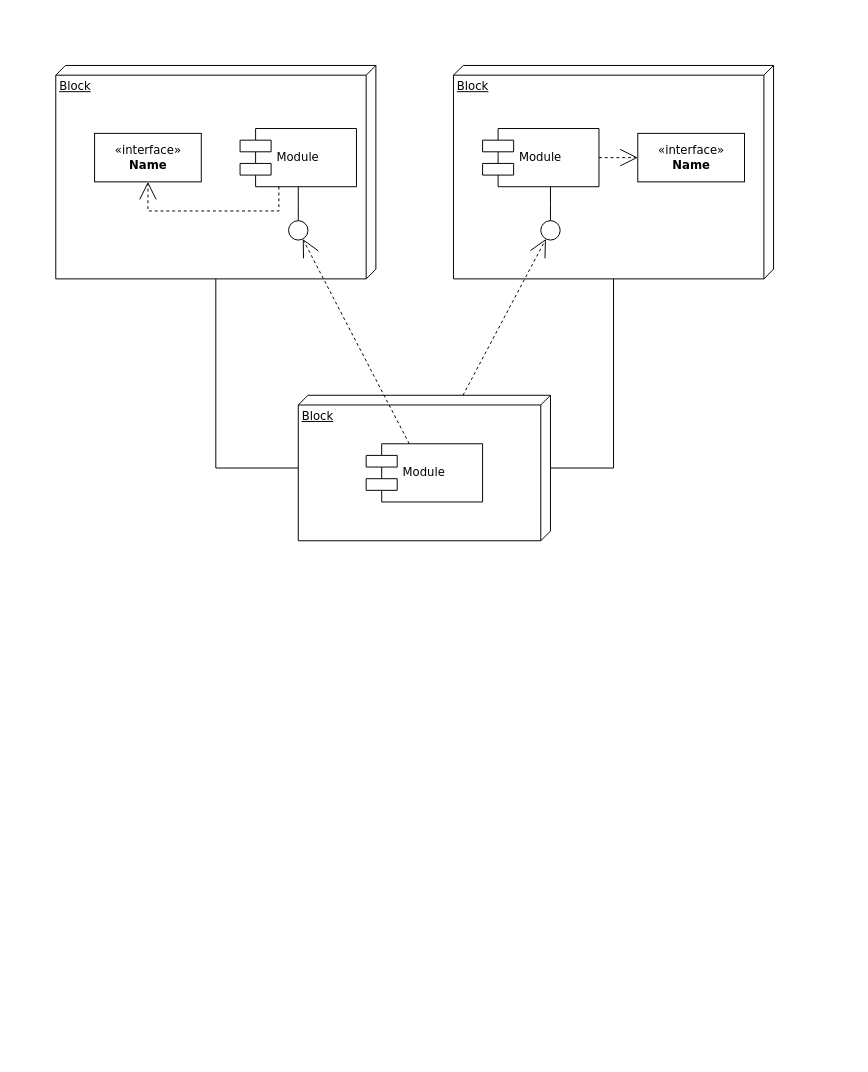
The draw.io diagram component-diagram.drawio in kuripart/drawio-uml, before the edit. Source tidied: cells renumbered, new cells numbered last; positions are measured from the earlier drawing's top-left corner, leaving out a move shared by most shapes. Both pictures are drawn from the tidied source at 97%, with x=0, y=0 at pixel (55, 65).
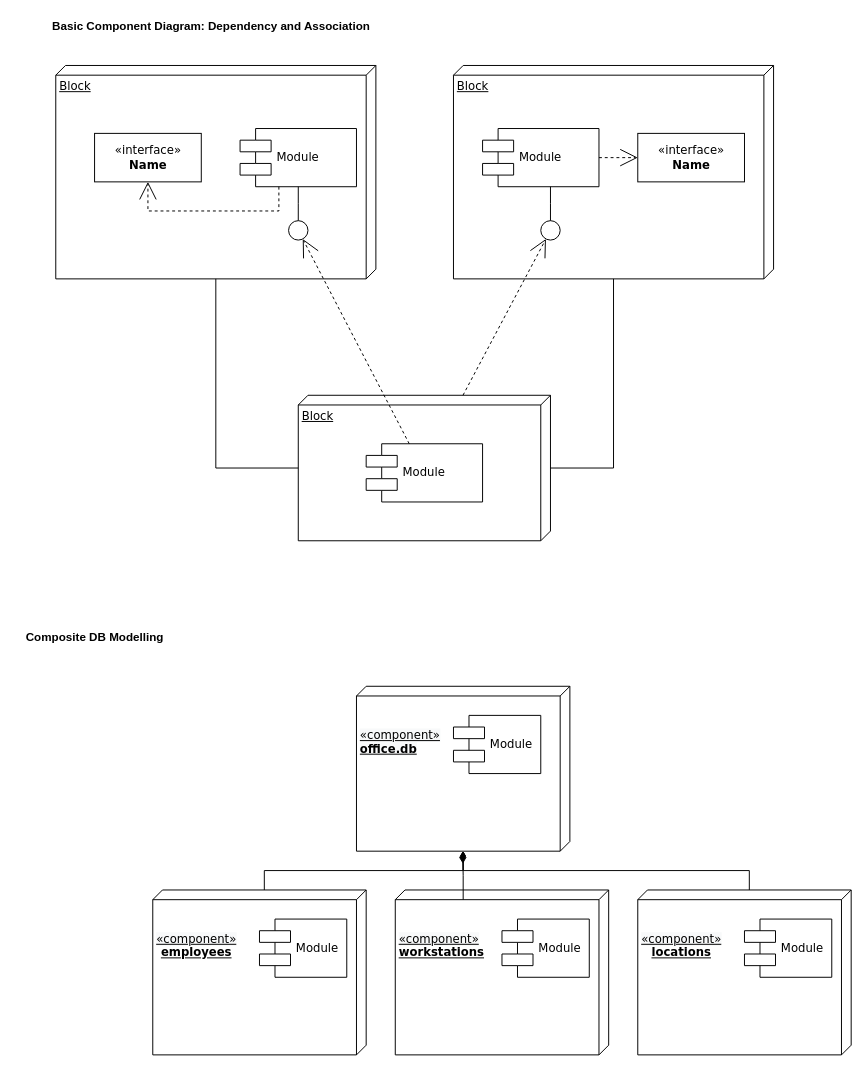
Above is the later version.

Diff of the diagram source:
```diff
@@
+    <mxCell id="20" value="&lt;br&gt;&lt;br&gt;&lt;span style=&quot;color: rgb(0 , 0 , 0) ; font-family: &amp;#34;verdana&amp;#34; ; font-size: 12px ; font-style: normal ; font-weight: 400 ; letter-spacing: normal ; text-align: center ; text-indent: 0px ; text-transform: none ; word-spacing: 0px ; background-color: rgb(248 , 249 , 250) ; display: inline ; float: none&quot;&gt;«component»&lt;/span&gt;&lt;br style=&quot;color: rgb(0 , 0 , 0) ; font-family: &amp;#34;verdana&amp;#34; ; font-size: 12px ; font-style: normal ; font-weight: 400 ; letter-spacing: normal ; text-align: center ; text-indent: 0px ; text-transform: none ; word-spacing: 0px ; background-color: rgb(248 , 249 , 250)&quot;&gt;&lt;b style=&quot;color: rgb(0 , 0 , 0) ; font-family: &amp;#34;verdana&amp;#34; ; font-size: 12px ; font-style: normal ; letter-spacing: normal ; text-align: center ; text-indent: 0px ; text-transform: none ; word-spacing: 0px ; background-color: rgb(248 , 249 , 250)&quot;&gt;office.db&lt;/b&gt;&lt;br&gt;" style="verticalAlign=top;align=left;spacingTop=8;spacingLeft=2;spacingRight=12;shape=cube;size=10;direction=south;fontStyle=4;html=1;rounded=0;shadow=0;comic=0;labelBackgroundColor=none;strokeWidth=1;fontFamily=Verdana;fontSize=12;" parent="1" vertex="1">
+      <mxGeometry x="310" y="640" width="220" height="170" as="geometry" />
+    </mxCell>
+    <mxCell id="21" value="Module" style="shape=component;align=left;spacingLeft=36;rounded=0;shadow=0;comic=0;labelBackgroundColor=none;strokeWidth=1;fontFamily=Verdana;fontSize=12;html=1;" parent="1" vertex="1">
+      <mxGeometry x="410" y="670" width="90" height="60" as="geometry" />
+    </mxCell>
+    <mxCell id="22" value="&lt;br&gt;&lt;br&gt;&lt;span style=&quot;color: rgb(0 , 0 , 0) ; font-family: &amp;#34;verdana&amp;#34; ; font-size: 12px ; font-style: normal ; font-weight: 400 ; letter-spacing: normal ; text-align: center ; text-indent: 0px ; text-transform: none ; word-spacing: 0px ; background-color: rgb(248 , 249 , 250) ; display: inline ; float: none&quot;&gt;«component»&lt;/span&gt;&lt;br style=&quot;color: rgb(0 , 0 , 0) ; font-family: &amp;#34;verdana&amp;#34; ; font-size: 12px ; font-style: normal ; font-weight: 400 ; letter-spacing: normal ; text-align: center ; text-indent: 0px ; text-transform: none ; word-spacing: 0px ; background-color: rgb(248 , 249 , 250)&quot;&gt;&lt;div style=&quot;text-align: center&quot;&gt;&lt;span&gt;&lt;font face=&quot;verdana&quot;&gt;&lt;b&gt;employees&lt;/b&gt;&lt;/font&gt;&lt;/span&gt;&lt;/div&gt;" style="verticalAlign=top;align=left;spacingTop=8;spacingLeft=2;spacingRight=12;shape=cube;size=10;direction=south;fontStyle=4;html=1;rounded=0;shadow=0;comic=0;labelBackgroundColor=none;strokeWidth=1;fontFamily=Verdana;fontSize=12;" parent="1" vertex="1">
+      <mxGeometry x="100" y="850" width="220" height="170" as="geometry" />
+    </mxCell>
+    <mxCell id="23" value="Module" style="shape=component;align=left;spacingLeft=36;rounded=0;shadow=0;comic=0;labelBackgroundColor=none;strokeWidth=1;fontFamily=Verdana;fontSize=12;html=1;" parent="1" vertex="1">
+      <mxGeometry x="210" y="880" width="90" height="60" as="geometry" />
+    </mxCell>
+    <mxCell id="24" value="&lt;br&gt;&lt;br&gt;&lt;span style=&quot;color: rgb(0 , 0 , 0) ; font-family: &amp;#34;verdana&amp;#34; ; font-size: 12px ; font-style: normal ; font-weight: 400 ; letter-spacing: normal ; text-align: center ; text-indent: 0px ; text-transform: none ; word-spacing: 0px ; background-color: rgb(248 , 249 , 250) ; display: inline ; float: none&quot;&gt;«component»&lt;/span&gt;&lt;br style=&quot;color: rgb(0 , 0 , 0) ; font-family: &amp;#34;verdana&amp;#34; ; font-size: 12px ; font-style: normal ; font-weight: 400 ; letter-spacing: normal ; text-align: center ; text-indent: 0px ; text-transform: none ; word-spacing: 0px ; background-color: rgb(248 , 249 , 250)&quot;&gt;&lt;div style=&quot;text-align: center&quot;&gt;&lt;span&gt;&lt;font face=&quot;verdana&quot;&gt;&lt;b&gt;workstations&lt;/b&gt;&lt;/font&gt;&lt;/span&gt;&lt;/div&gt;" style="verticalAlign=top;align=left;spacingTop=8;spacingLeft=2;spacingRight=12;shape=cube;size=10;direction=south;fontStyle=4;html=1;rounded=0;shadow=0;comic=0;labelBackgroundColor=none;strokeWidth=1;fontFamily=Verdana;fontSize=12;" parent="1" vertex="1">
+      <mxGeometry x="350" y="850" width="220" height="170" as="geometry" />
+    </mxCell>
+    <mxCell id="25" value="Module" style="shape=component;align=left;spacingLeft=36;rounded=0;shadow=0;comic=0;labelBackgroundColor=none;strokeWidth=1;fontFamily=Verdana;fontSize=12;html=1;" parent="1" vertex="1">
+      <mxGeometry x="460" y="880" width="90" height="60" as="geometry" />
+    </mxCell>
+    <mxCell id="26" value="&lt;br&gt;&lt;br&gt;&lt;span style=&quot;color: rgb(0 , 0 , 0) ; font-family: &amp;#34;verdana&amp;#34; ; font-size: 12px ; font-style: normal ; font-weight: 400 ; letter-spacing: normal ; text-align: center ; text-indent: 0px ; text-transform: none ; word-spacing: 0px ; background-color: rgb(248 , 249 , 250) ; display: inline ; float: none&quot;&gt;«component»&lt;/span&gt;&lt;br style=&quot;color: rgb(0 , 0 , 0) ; font-family: &amp;#34;verdana&amp;#34; ; font-size: 12px ; font-style: normal ; font-weight: 400 ; letter-spacing: normal ; text-align: center ; text-indent: 0px ; text-transform: none ; word-spacing: 0px ; background-color: rgb(248 , 249 , 250)&quot;&gt;&lt;div style=&quot;text-align: center&quot;&gt;&lt;span&gt;&lt;font face=&quot;verdana&quot;&gt;&lt;b&gt;locations&lt;/b&gt;&lt;/font&gt;&lt;/span&gt;&lt;/div&gt;" style="verticalAlign=top;align=left;spacingTop=8;spacingLeft=2;spacingRight=12;shape=cube;size=10;direction=south;fontStyle=4;html=1;rounded=0;shadow=0;comic=0;labelBackgroundColor=none;strokeWidth=1;fontFamily=Verdana;fontSize=12;" parent="1" vertex="1">
+      <mxGeometry x="600" y="850" width="220" height="170" as="geometry" />
+    </mxCell>
+    <mxCell id="27" value="Module" style="shape=component;align=left;spacingLeft=36;rounded=0;shadow=0;comic=0;labelBackgroundColor=none;strokeWidth=1;fontFamily=Verdana;fontSize=12;html=1;" parent="1" vertex="1">
+      <mxGeometry x="710" y="880" width="90" height="60" as="geometry" />
+    </mxCell>
+    <mxCell id="28" style="endArrow=none;html=1;endFill=0;startArrow=diamondThin;startFill=1;edgeStyle=elbowEdgeStyle;elbow=vertical;rounded=0;entryX=0;entryY=0;entryDx=0;entryDy=105;entryPerimeter=0;" parent="1" edge="1" source="20" target="22">
+      <mxGeometry relative="1" as="geometry" />
+    </mxCell>
+    <mxCell id="29" style="endArrow=none;html=1;endFill=0;startArrow=diamondThin;startFill=1;edgeStyle=elbowEdgeStyle;elbow=vertical;rounded=0;entryX=0;entryY=0;entryDx=0;entryDy=105;entryPerimeter=0;" parent="1" edge="1" target="26">
+      <mxGeometry relative="1" as="geometry">
+        <mxPoint x="420" y="810" as="sourcePoint" />
+      </mxGeometry>
+    </mxCell>
+    <mxCell id="30" style="html=1;endArrow=diamondThin;endFill=1;edgeStyle=elbowEdgeStyle;elbow=vertical;endSize=10;rounded=0;" parent="1" edge="1">
+      <mxGeometry relative="1" as="geometry">
+        <mxPoint x="420" y="860" as="sourcePoint" />
+        <mxPoint x="419.5" y="810" as="targetPoint" />
+      </mxGeometry>
+    </mxCell>
+    <mxCell id="31" value="Composite DB Modelling" style="text;html=1;align=center;verticalAlign=middle;strokeColor=none;fillColor=none;fontStyle=1;" parent="1" vertex="1">
+      <mxGeometry x="-40" y="580" width="160" height="20" as="geometry" />
+    </mxCell>
+    <mxCell id="32" value="&lt;b&gt;Basic Component Diagram: Dependency and Association&lt;/b&gt;" style="text;html=1;align=center;verticalAlign=middle;strokeColor=none;fillColor=none;" parent="1" vertex="1">
+      <mxGeometry x="-10" y="-50" width="340" height="20" as="geometry" />
+    </mxCell>
```
